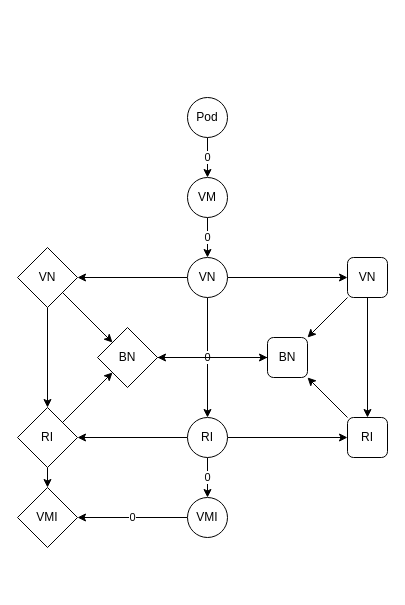
Above: Untitled Diagram3.drawio in michaelhenkel/validator (draw.io), before the change. Source tidied: cells renumbered, new cells numbered last; positions are measured from the earlier drawing's top-left corner, leaving out a move shared by most shapes. Both pictures are drawn from the tidied source at 100%, with x=0, y=0 at pixel (17, 97).
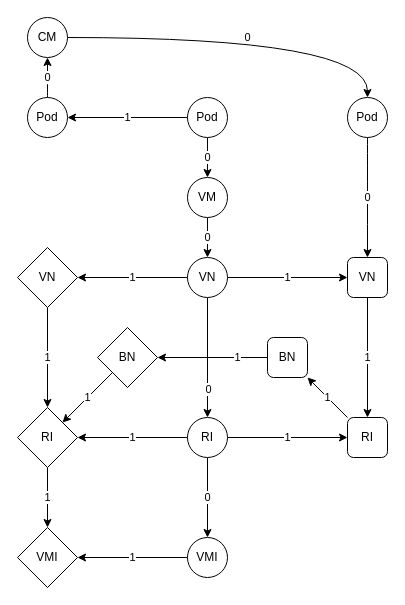
The same page after the edit.

The change refers to these unchanged cells:
```xml
<mxCell id="3" value="Pod" style="ellipse;whiteSpace=wrap;html=1;" parent="1" vertex="1">
  <mxGeometry x="170" width="40" height="40" as="geometry" />
</mxCell>
<mxCell id="9" value="VN" style="ellipse;whiteSpace=wrap;html=1;" parent="1" vertex="1">
  <mxGeometry x="170" y="160" width="40" height="40" as="geometry" />
</mxCell>
<mxCell id="13" value="RI" style="ellipse;whiteSpace=wrap;html=1;" parent="1" vertex="1">
  <mxGeometry x="170" y="320" width="40" height="40" as="geometry" />
</mxCell>
<mxCell id="18" value="VN" style="rounded=1;whiteSpace=wrap;html=1;" parent="1" vertex="1">
  <mxGeometry x="330" y="160" width="40" height="40" as="geometry" />
</mxCell>
<mxCell id="20" value="RI" style="rounded=1;whiteSpace=wrap;html=1;" parent="1" vertex="1">
  <mxGeometry x="330" y="320" width="40" height="40" as="geometry" />
</mxCell>
<mxCell id="23" value="VN" style="rhombus;whiteSpace=wrap;html=1;" parent="1" vertex="1">
  <mxGeometry y="150" width="60" height="60" as="geometry" />
</mxCell>
<mxCell id="26" value="RI" style="rhombus;whiteSpace=wrap;html=1;" parent="1" vertex="1">
  <mxGeometry y="310" width="60" height="60" as="geometry" />
</mxCell>
<mxCell id="30" value="BN" style="rhombus;whiteSpace=wrap;html=1;" parent="1" vertex="1">
  <mxGeometry x="80" y="230" width="60" height="60" as="geometry" />
</mxCell>
<mxCell id="32" value="BN" style="rounded=1;whiteSpace=wrap;html=1;" parent="1" vertex="1">
  <mxGeometry x="250" y="240" width="40" height="40" as="geometry" />
</mxCell>
```

Diff of the diagram source:
```diff
@@
+    <mxCell id="33" value="1" style="edgeStyle=none;rounded=0;jettySize=auto;html=1;exitX=0;exitY=0.5;exitDx=0;exitDy=0;" parent="1" edge="1" source="3" target="39">
+      <mxGeometry relative="1" as="geometry" />
+    </mxCell>
@@
-    <mxCell id="6" value="0" style="edgeStyle=orthogonalEdgeStyle;rounded=0;jettySize=auto;html=1;" parent="1" edge="1" source="9" target="13">
+    <mxCell id="6" style="edgeStyle=orthogonalEdgeStyle;rounded=0;jettySize=auto;html=1;" parent="1" edge="1" source="9" target="13">
       <mxGeometry relative="1" as="geometry" />
     </mxCell>
+    <mxCell id="34" value="0" style="edgeLabel;html=1;align=center;verticalAlign=middle;" parent="6" vertex="1">
+      <mxGeometry x="0.52" relative="1" as="geometry" />
+    </mxCell>
-    <mxCell id="7" style="edgeStyle=none;rounded=0;jettySize=auto;html=1;exitX=1;exitY=0.5;exitDx=0;exitDy=0;entryX=0;entryY=0.5;entryDx=0;entryDy=0;" parent="1" edge="1" source="9" target="18">
+    <mxCell id="7" value="1" style="edgeStyle=none;rounded=0;jettySize=auto;html=1;exitX=1;exitY=0.5;exitDx=0;exitDy=0;entryX=0;entryY=0.5;entryDx=0;entryDy=0;" parent="1" edge="1" source="9" target="18">
       <mxGeometry relative="1" as="geometry" />
     </mxCell>
-    <mxCell id="8" style="edgeStyle=none;rounded=0;jettySize=auto;html=1;exitX=0;exitY=0.5;exitDx=0;exitDy=0;entryX=1;entryY=0.5;entryDx=0;entryDy=0;" parent="1" edge="1" source="9" target="23">
+    <mxCell id="8" value="1" style="edgeStyle=none;rounded=0;jettySize=auto;html=1;exitX=0;exitY=0.5;exitDx=0;exitDy=0;entryX=1;entryY=0.5;entryDx=0;entryDy=0;" parent="1" edge="1" source="9" target="23">
       <mxGeometry relative="1" as="geometry" />
     </mxCell>
@@
-    <mxCell id="10" style="edgeStyle=none;rounded=0;jettySize=auto;html=1;exitX=1;exitY=0.5;exitDx=0;exitDy=0;entryX=0;entryY=0.5;entryDx=0;entryDy=0;" parent="1" edge="1" source="13" target="20">
+    <mxCell id="10" value="1" style="edgeStyle=none;rounded=0;jettySize=auto;html=1;exitX=1;exitY=0.5;exitDx=0;exitDy=0;entryX=0;entryY=0.5;entryDx=0;entryDy=0;" parent="1" edge="1" source="13" target="20">
       <mxGeometry relative="1" as="geometry" />
     </mxCell>
-    <mxCell id="11" style="edgeStyle=none;rounded=0;jettySize=auto;html=1;exitX=0;exitY=0.5;exitDx=0;exitDy=0;entryX=1;entryY=0.5;entryDx=0;entryDy=0;" parent="1" edge="1" source="13" target="26">
+    <mxCell id="11" value="1" style="edgeStyle=none;rounded=0;jettySize=auto;html=1;exitX=0;exitY=0.5;exitDx=0;exitDy=0;entryX=1;entryY=0.5;entryDx=0;entryDy=0;" parent="1" edge="1" source="13" target="26">
       <mxGeometry relative="1" as="geometry" />
     </mxCell>
@@
-    <mxCell id="14" value="0" style="edgeStyle=none;rounded=0;jettySize=auto;html=1;" parent="1" edge="1" source="15" target="27">
+    <mxCell id="14" value="1" style="edgeStyle=none;rounded=0;jettySize=auto;html=1;" parent="1" edge="1" source="15" target="27">
       <mxGeometry relative="1" as="geometry" />
     </mxCell>
     <mxCell id="15" value="VMI" style="ellipse;whiteSpace=wrap;html=1;" parent="1" vertex="1">
-      <mxGeometry x="170" y="400" width="40" height="40" as="geometry" />
+      <mxGeometry x="170" y="440" width="40" height="40" as="geometry" />
     </mxCell>
-    <mxCell id="16" style="edgeStyle=none;rounded=0;jettySize=auto;html=1;" parent="1" edge="1" source="18" target="20">
+    <mxCell id="16" value="1" style="edgeStyle=none;rounded=0;jettySize=auto;html=1;" parent="1" edge="1" source="18" target="20">
       <mxGeometry relative="1" as="geometry" />
     </mxCell>
-    <mxCell id="17" style="edgeStyle=none;rounded=0;jettySize=auto;html=1;exitX=0;exitY=1;exitDx=0;exitDy=0;entryX=1;entryY=0;entryDx=0;entryDy=0;" parent="1" edge="1" source="18" target="32">
-      <mxGeometry relative="1" as="geometry" />
-    </mxCell>
@@
-    <mxCell id="19" style="edgeStyle=none;rounded=0;jettySize=auto;html=1;exitX=0;exitY=0;exitDx=0;exitDy=0;entryX=1;entryY=1;entryDx=0;entryDy=0;" parent="1" edge="1" source="20" target="32">
+    <mxCell id="19" value="1" style="edgeStyle=none;rounded=0;jettySize=auto;html=1;exitX=0;exitY=0;exitDx=0;exitDy=0;entryX=1;entryY=1;entryDx=0;entryDy=0;" parent="1" edge="1" source="20" target="32">
       <mxGeometry relative="1" as="geometry" />
     </mxCell>
@@
-    <mxCell id="21" style="edgeStyle=none;rounded=0;jettySize=auto;html=1;exitX=0.5;exitY=1;exitDx=0;exitDy=0;entryX=0.5;entryY=0;entryDx=0;entryDy=0;" parent="1" edge="1" source="23" target="26">
+    <mxCell id="21" value="1" style="edgeStyle=none;rounded=0;jettySize=auto;html=1;exitX=0.5;exitY=1;exitDx=0;exitDy=0;entryX=0.5;entryY=0;entryDx=0;entryDy=0;" parent="1" edge="1" source="23" target="26">
       <mxGeometry relative="1" as="geometry" />
     </mxCell>
-    <mxCell id="22" style="edgeStyle=none;rounded=0;jettySize=auto;html=1;exitX=1;exitY=1;exitDx=0;exitDy=0;entryX=0;entryY=0;entryDx=0;entryDy=0;" parent="1" edge="1" source="23" target="30">
-      <mxGeometry relative="1" as="geometry" />
-    </mxCell>
@@
-    <mxCell id="24" style="edgeStyle=none;rounded=0;jettySize=auto;html=1;exitX=0.5;exitY=1;exitDx=0;exitDy=0;entryX=0.5;entryY=0;entryDx=0;entryDy=0;" parent="1" edge="1" source="26" target="27">
+    <mxCell id="24" value="1" style="edgeStyle=none;rounded=0;jettySize=auto;html=1;exitX=0.5;exitY=1;exitDx=0;exitDy=0;entryX=0.5;entryY=0;entryDx=0;entryDy=0;" parent="1" edge="1" source="26" target="27">
       <mxGeometry relative="1" as="geometry" />
     </mxCell>
-    <mxCell id="25" style="edgeStyle=none;rounded=0;jettySize=auto;html=1;exitX=1;exitY=0;exitDx=0;exitDy=0;entryX=0;entryY=1;entryDx=0;entryDy=0;" parent="1" edge="1" source="26" target="30">
+    <mxCell id="25" value="1" style="edgeStyle=none;rounded=0;jettySize=auto;html=1;exitX=0;exitY=1;exitDx=0;exitDy=0;entryX=1;entryY=0;entryDx=0;entryDy=0;" parent="1" edge="1" source="30" target="26">
       <mxGeometry relative="1" as="geometry" />
     </mxCell>
@@
     <mxCell id="27" value="VMI" style="rhombus;whiteSpace=wrap;html=1;" parent="1" vertex="1">
-      <mxGeometry y="390" width="60" height="60" as="geometry" />
+      <mxGeometry y="430" width="60" height="60" as="geometry" />
     </mxCell>
@@
-    <mxCell id="29" style="edgeStyle=none;rounded=0;jettySize=auto;html=1;exitX=1;exitY=0.5;exitDx=0;exitDy=0;entryX=0;entryY=0.5;entryDx=0;entryDy=0;" parent="1" edge="1" source="30" target="32">
+    <mxCell id="29" style="edgeStyle=none;rounded=0;jettySize=auto;html=1;exitX=0;exitY=0.5;exitDx=0;exitDy=0;entryX=1;entryY=0.5;entryDx=0;entryDy=0;" parent="1" edge="1" source="32" target="30">
       <mxGeometry relative="1" as="geometry" />
     </mxCell>
+    <mxCell id="35" value="1" style="edgeLabel;html=1;align=center;verticalAlign=middle;" parent="29" vertex="1">
+      <mxGeometry x="-0.44" y="-1" relative="1" as="geometry" />
+    </mxCell>
@@
-    <mxCell id="31" style="edgeStyle=none;rounded=0;jettySize=auto;html=1;exitX=0;exitY=0.5;exitDx=0;exitDy=0;entryX=1;entryY=0.5;entryDx=0;entryDy=0;" parent="1" edge="1" source="32" target="30">
-      <mxGeometry relative="1" as="geometry" />
-    </mxCell>
@@
+    <mxCell id="36" value="0" style="edgeStyle=orthogonalEdgeStyle;curved=1;rounded=0;jettySize=auto;html=1;exitX=0.5;exitY=1;exitDx=0;exitDy=0;" parent="1" edge="1" source="37" target="18">
+      <mxGeometry relative="1" as="geometry" />
+    </mxCell>
+    <mxCell id="37" value="Pod" style="ellipse;whiteSpace=wrap;html=1;" parent="1" vertex="1">
+      <mxGeometry x="330" width="40" height="40" as="geometry" />
+    </mxCell>
+    <mxCell id="38" value="0" style="edgeStyle=orthogonalEdgeStyle;curved=1;rounded=0;jettySize=auto;html=1;exitX=0.5;exitY=0;exitDx=0;exitDy=0;entryX=0.5;entryY=1;entryDx=0;entryDy=0;" parent="1" edge="1" source="39" target="41">
+      <mxGeometry relative="1" as="geometry" />
+    </mxCell>
+    <mxCell id="39" value="Pod" style="ellipse;whiteSpace=wrap;html=1;" parent="1" vertex="1">
+      <mxGeometry x="10" width="40" height="40" as="geometry" />
+    </mxCell>
+    <mxCell id="40" value="0" style="edgeStyle=orthogonalEdgeStyle;curved=1;rounded=0;jettySize=auto;html=1;exitX=1;exitY=0.5;exitDx=0;exitDy=0;entryX=0.5;entryY=0;entryDx=0;entryDy=0;" parent="1" edge="1" source="41" target="37">
+      <mxGeometry relative="1" as="geometry" />
+    </mxCell>
+    <mxCell id="41" value="CM" style="ellipse;whiteSpace=wrap;html=1;" parent="1" vertex="1">
+      <mxGeometry x="10" y="-80" width="40" height="40" as="geometry" />
+    </mxCell>
```
